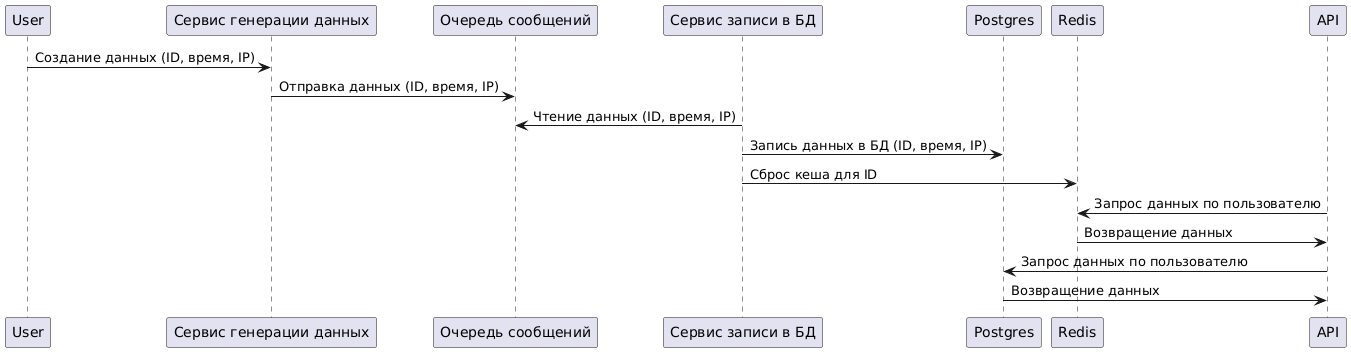
This is docs/img2.png from gardasar-code/GardasarCode.Lab.IPLogs, a PlantUML export, as it was before one commit.
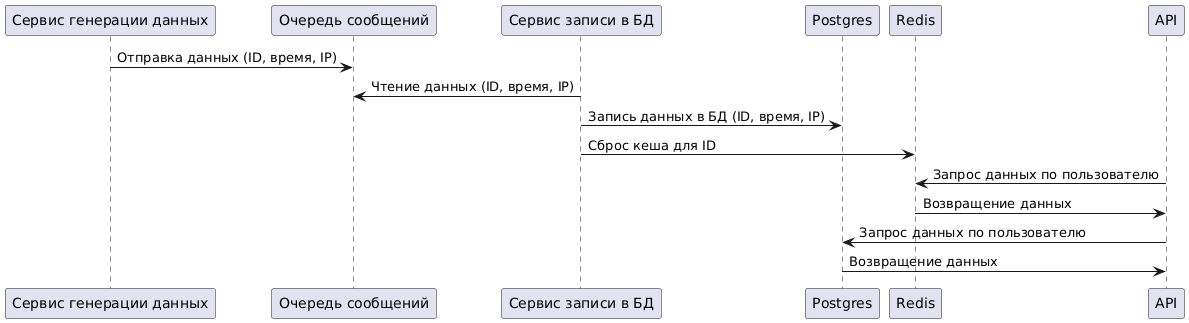
Above is the later version.

The edit, as a diff of the source:
```diff
@@ -1,5 +1,4 @@
 @startuml
-User -> "Сервис генерации данных" : Создание данных (ID, время, IP)
 "Сервис генерации данных" -> "Очередь сообщений" : Отправка данных (ID, время, IP)
 "Сервис записи в БД" -> "Очередь сообщений" : Чтение данных (ID, время, IP)
 "Сервис записи в БД" -> "Postgres" : Запись данных в БД (ID, время, IP)
```
